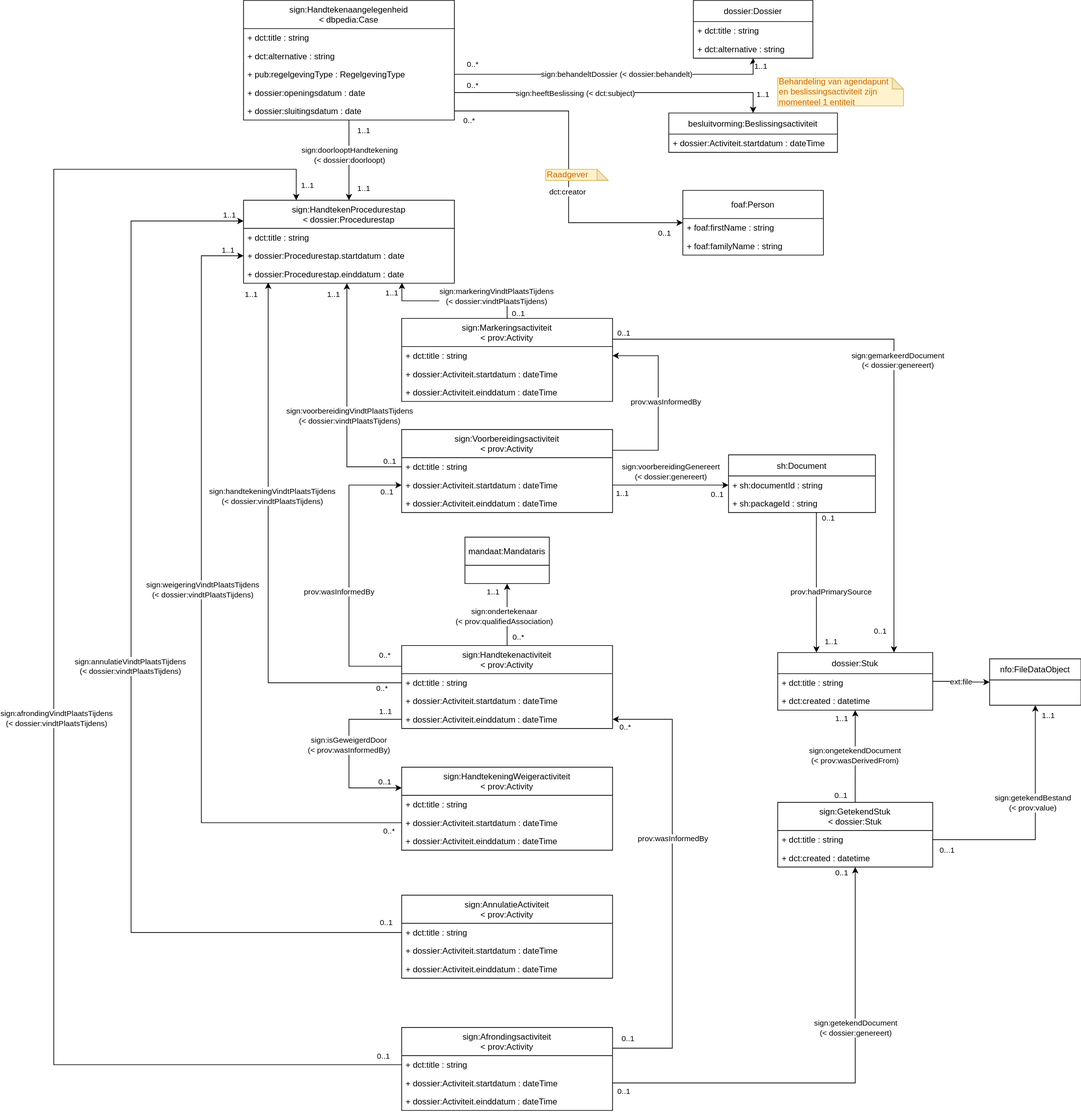
This is images/signing-flow-data-model.svg from kanselarij-vlaanderen/kaleidos-documentation, a draw.io export, as it was before one commit. Source tidied: cells renumbered, new cells last; positions are measured from the earlier drawing's top-left corner, leaving out a move shared by most shapes.
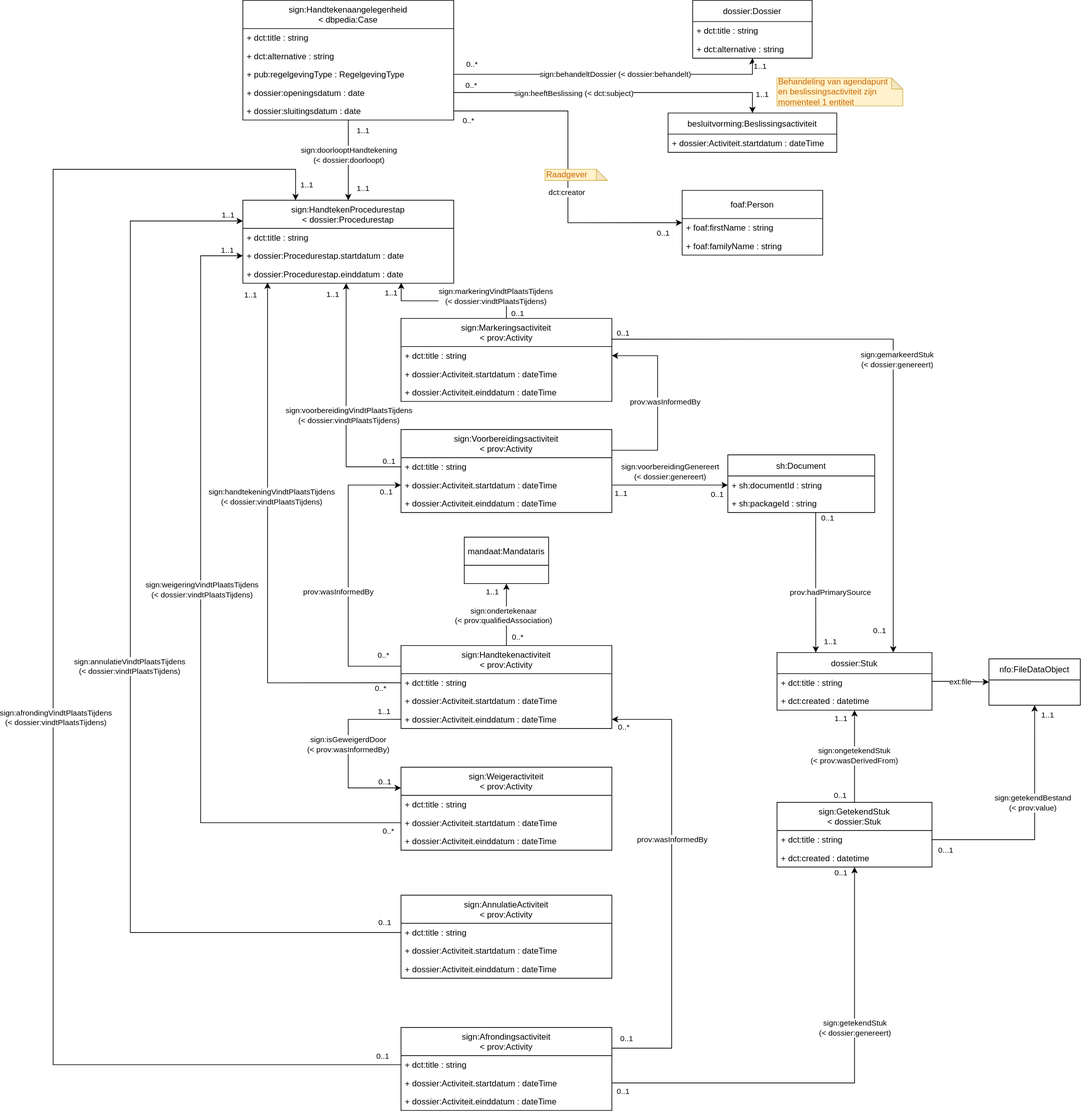
Above is the later version.

Commit message:
Update naming in signing flow data model

Diff of the diagram source:
```diff
@@ -204,7 +204,7 @@
         </Array>
       </mxGeometry>
     </mxCell>
-    <mxCell id="53" value="sign:gemarkeerdDocument&lt;br&gt;(&amp;lt; dossier:genereert)" style="edgeLabel;html=1;align=center;verticalAlign=middle;" parent="52" vertex="1">
+    <mxCell id="53" value="sign:gemarkeerdStuk&lt;br&gt;(&amp;lt; dossier:genereert)" style="edgeLabel;html=1;align=center;verticalAlign=middle;" parent="52" vertex="1">
       <mxGeometry x="0.25" y="-2" relative="1" as="geometry">
         <mxPoint x="7" y="-99" as="offset" />
       </mxGeometry>
@@ -222,7 +222,7 @@
     <mxCell id="56" style="edgeStyle=orthogonalEdgeStyle;rounded=0;jettySize=auto;html=1;exitX=1;exitY=0.5;exitDx=0;exitDy=0;" parent="1" edge="1" source="115" target="133">
       <mxGeometry relative="1" as="geometry" />
     </mxCell>
-    <mxCell id="57" value="sign:getekendDocument&lt;br&gt;(&amp;lt; dossier:genereert)" style="edgeLabel;html=1;align=center;verticalAlign=middle;" parent="56" vertex="1">
+    <mxCell id="57" value="sign:getekendStuk&lt;br&gt;(&amp;lt; dossier:genereert)" style="edgeLabel;html=1;align=center;verticalAlign=middle;" parent="56" vertex="1">
       <mxGeometry x="0.25" y="1" relative="1" as="geometry">
         <mxPoint x="1" y="-18" as="offset" />
       </mxGeometry>
@@ -379,7 +379,7 @@
         <mxPoint x="12" y="9" as="offset" />
       </mxGeometry>
     </mxCell>
-    <mxCell id="93" value="sign:HandtekeningWeigeractiviteit&#10;&lt; prov:Activity" style="swimlane;fontStyle=0;horizontal=1;startSize=40;fillColor=none;" parent="1" vertex="1">
+    <mxCell id="93" value="sign:Weigeractiviteit&#10;&lt; prov:Activity" style="swimlane;fontStyle=0;horizontal=1;startSize=40;fillColor=none;" parent="1" vertex="1">
       <mxGeometry x="495" y="1090" width="300" height="118" as="geometry" />
     </mxCell>
     <mxCell id="94" value="+ dct:title : string" style="text;strokeColor=none;fillColor=none;align=left;verticalAlign=top;spacingLeft=4;spacingRight=4;overflow=hidden;" parent="93" vertex="1">
@@ -530,7 +530,7 @@
     <mxCell id="128" value="+ dossier:Activiteit.einddatum : dateTime" style="text;strokeColor=none;fillColor=none;align=left;verticalAlign=top;spacingLeft=4;spacingRight=4;overflow=hidden;" parent="125" vertex="1">
       <mxGeometry y="92" width="300" height="26" as="geometry" />
     </mxCell>
-    <mxCell id="129" value="sign:ongetekendDocument&lt;br&gt;(&amp;lt; prov:wasDerivedFrom)" style="edgeStyle=orthogonalEdgeStyle;rounded=0;jettySize=auto;html=1;exitX=0.5;exitY=0;exitDx=0;exitDy=0;" parent="1" edge="1" source="133" target="61">
+    <mxCell id="129" value="sign:ongetekendStuk&lt;br&gt;(&amp;lt; prov:wasDerivedFrom)" style="edgeStyle=orthogonalEdgeStyle;rounded=0;jettySize=auto;html=1;exitX=0.5;exitY=0;exitDx=0;exitDy=0;" parent="1" edge="1" source="133" target="61">
       <mxGeometry relative="1" as="geometry" />
     </mxCell>
     <mxCell id="130" value="0..1" style="edgeLabel;html=1;align=center;verticalAlign=middle;" parent="129" vertex="1">
```
